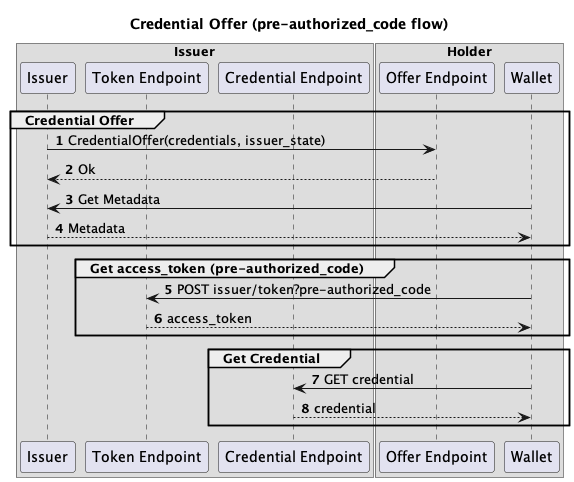
The PlantUML diagram vcr/oidc4vci/docs/flow.png in nuts-foundation/nuts-node, before a commit.
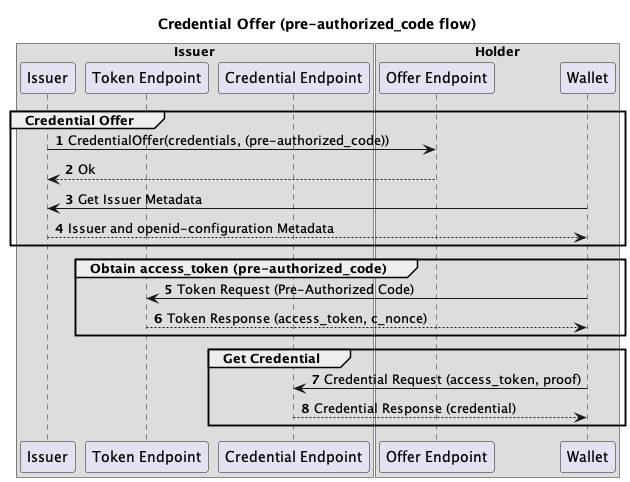
The same diagram one commit later.

What changed in the source:
```diff
@@ -16,20 +16,20 @@
 end box
 
 group Credential Offer
-    Issuer -> OfferEP: CredentialOffer(credentials, issuer_state)
+    Issuer -> OfferEP: CredentialOffer(credentials, (pre-authorized_code))
     OfferEP --> Issuer: Ok
-    Wallet -> Issuer: Get Metadata
-    Issuer --> Wallet: Metadata
+    Wallet -> Issuer: Get Issuer Metadata
+    Issuer --> Wallet: Issuer and openid-configuration Metadata
 end
 
-group  Get access_token (pre-authorized_code)
-    Wallet -> TokenEP: POST issuer/token?pre-authorized_code
-    TokenEP --> Wallet: access_token
+group  Obtain access_token (pre-authorized_code)
+    Wallet -> TokenEP: Token Request (Pre-Authorized Code)
+    TokenEP --> Wallet: Token Response (access_token, c_nonce)
 end
 
 group Get Credential
-    Wallet -> CredentialEP: GET credential
-    CredentialEP --> Wallet: credential
+    Wallet -> CredentialEP: Credential Request (access_token, proof)
+    CredentialEP --> Wallet: Credential Response (credential)
 end
 
 
```
